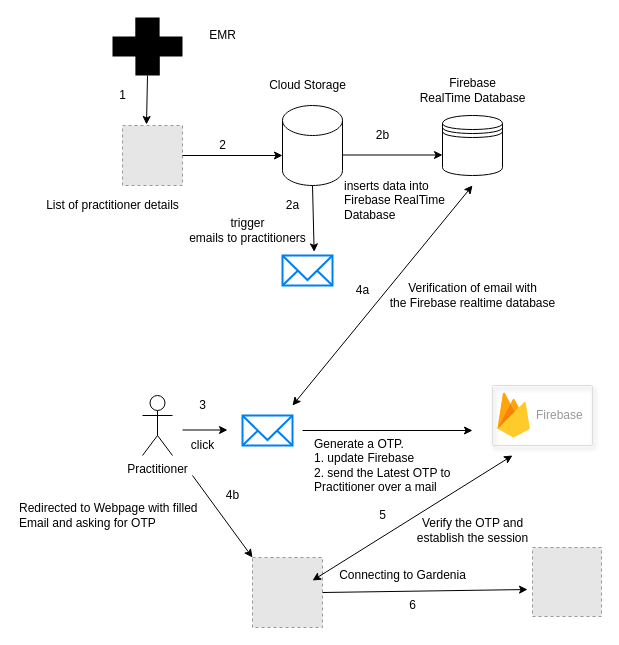
Earlier version of the draw.io diagram Untitled Diagram.drawio (lakshmanraob/node-serverless). Source tidied: cells renumbered, new cells numbered last; positions are measured from the earlier drawing's top-left corner, leaving out a move shared by most shapes. Both pictures are drawn from the tidied source at 100%, with x=0, y=0 at pixel (17, 17). Pictures stored in the file or linked from it are replaced by grey dashed boxes.
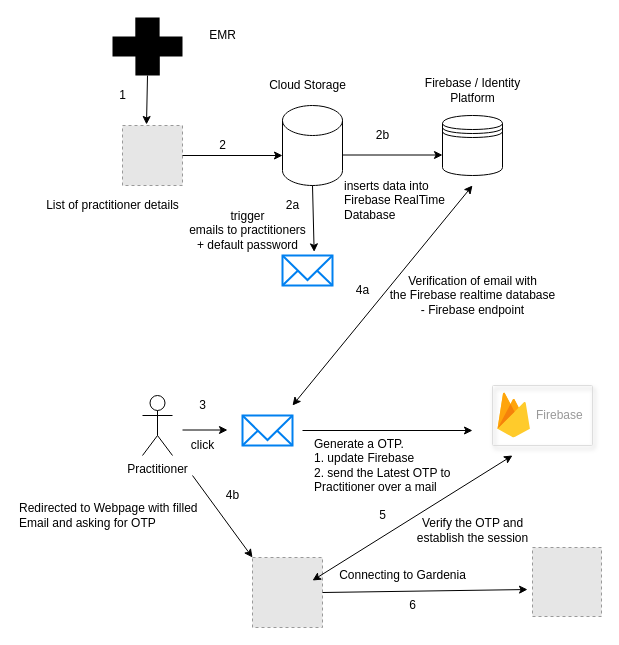
After the change.

What changed in the source:
```diff
@@
-    <mxCell id="11" value="trigger &lt;br&gt;emails to practitioners" style="text;html=1;align=center;verticalAlign=middle;strokeColor=none;fillColor=none;" parent="1" vertex="1">
-      <mxGeometry x="165" y="198" width="130" height="30" as="geometry" />
+    <mxCell id="11" value="trigger &lt;br&gt;emails to practitioners &lt;br&gt;+ default password" style="text;html=1;align=center;verticalAlign=middle;strokeColor=none;fillColor=none;" parent="1" vertex="1">
+      <mxGeometry x="165" y="188" width="130" height="50" as="geometry" />
     </mxCell>
@@
-    <mxCell id="15" value="Firebase &lt;br&gt;RealTime Database" style="text;html=1;align=center;verticalAlign=middle;strokeColor=none;fillColor=none;" parent="1" vertex="1">
-      <mxGeometry x="395" y="58" width="120" height="30" as="geometry" />
+    <mxCell id="15" value="Firebase / Identity &lt;br&gt;Platform" style="text;html=1;align=center;verticalAlign=middle;strokeColor=none;fillColor=none;" parent="1" vertex="1">
+      <mxGeometry x="400" y="58" width="110" height="30" as="geometry" />
     </mxCell>
@@
-    <mxCell id="39" value="Verification of email with &lt;br&gt;the Firebase realtime database" style="text;html=1;align=center;verticalAlign=middle;strokeColor=none;fillColor=none;" parent="1" vertex="1">
-      <mxGeometry x="365" y="263" width="180" height="30" as="geometry" />
+    <mxCell id="39" value="Verification of email with &lt;br&gt;the Firebase realtime database &lt;br&gt;- Firebase endpoint" style="text;html=1;align=center;verticalAlign=middle;strokeColor=none;fillColor=none;" parent="1" vertex="1">
+      <mxGeometry x="365" y="253" width="180" height="50" as="geometry" />
     </mxCell>
```
